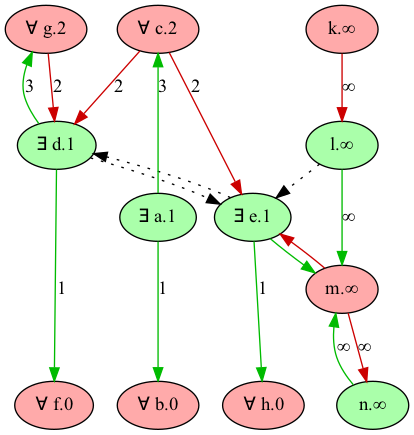
The Graphviz diagram Refactor/imgs/display_game_pw_1.png in idaks/Games-and-Argumentation, before a commit. Its source is kept beside it as Refactor/imgs/display_game_pw_1.dot.
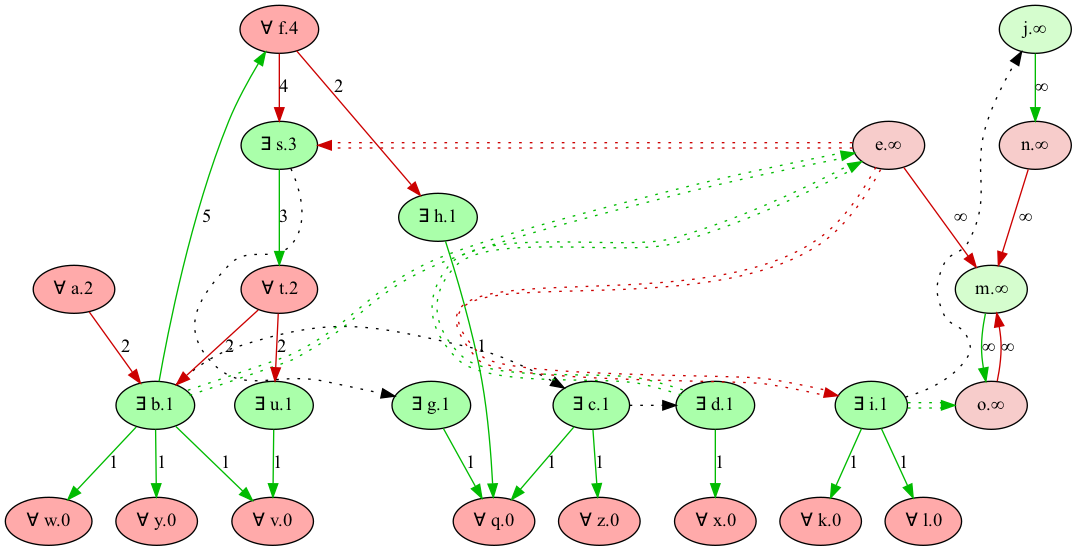
After the commit.

What changed in the source:
```diff
@@ -1,33 +1,60 @@
 digraph {
-    "b" [style="filled", fillcolor="#FFAAAA", label="∀ b.0"]
-    "f" [style="filled", fillcolor="#FFAAAA", label="∀ f.0"]
-    "h" [style="filled", fillcolor="#FFAAAA", label="∀ h.0"]
-    "e" [style="filled", fillcolor="#AAFFAA", label="∃ e.1"]
+    "v" [style="filled", fillcolor="#FFAAAA", label="∀ v.0"]
+    "z" [style="filled", fillcolor="#FFAAAA", label="∀ z.0"]
+    "y" [style="filled", fillcolor="#FFAAAA", label="∀ y.0"]
+    "x" [style="filled", fillcolor="#FFAAAA", label="∀ x.0"]
+    "w" [style="filled", fillcolor="#FFAAAA", label="∀ w.0"]
+    "q" [style="filled", fillcolor="#FFAAAA", label="∀ q.0"]
+    "l" [style="filled", fillcolor="#FFAAAA", label="∀ l.0"]
+    "k" [style="filled", fillcolor="#FFAAAA", label="∀ k.0"]
+    "u" [style="filled", fillcolor="#AAFFAA", label="∃ u.1"]
+    "b" [style="filled", fillcolor="#AAFFAA", label="∃ b.1"]
+    "c" [style="filled", fillcolor="#AAFFAA", label="∃ c.1"]
     "d" [style="filled", fillcolor="#AAFFAA", label="∃ d.1"]
-    "a" [style="filled", fillcolor="#AAFFAA", label="∃ a.1"]
-    "c" [style="filled", fillcolor="#FFAAAA", label="∀ c.2"]
-    "g" [style="filled", fillcolor="#FFAAAA", label="∀ g.2"]
-    "k" [style="filled", fillcolor="#FFAAAA", label="k.∞"]
-    "l" [style="filled", fillcolor="#AAFFAA", label="l.∞"]
-    "m" [style="filled", fillcolor="#FFAAAA", label="m.∞"]
-    "n" [style="filled", fillcolor="#AAFFAA", label="n.∞"]
-    "a" -> "b" [color="#00BB00" style="solid" dir="forward" label="1" ]
-    "a" -> "c" [color="#00BB00" style="solid" dir="forward" label="3" ]
-    "k" -> "l" [color="#CC0000" style="solid" dir="forward" label="∞" ]
-    "c" -> "d" [color="#CC0000" style="solid" dir="forward" label="2" ]
-    "c" -> "e" [color="#CC0000" style="solid" dir="forward" label="2" ]
-    "l" -> "e" [color="black" style="dotted" dir="forward" label="" constraint=false]
-    "l" -> "m" [color="#00BB00" style="solid" dir="forward" label="∞" ]
-    "d" -> "e" [color="black" style="dotted" dir="forward" label="" constraint=false]
-    "e" -> "d" [color="black" style="dotted" dir="forward" label="" constraint=false]
-    "e" -> "m" [color="#00BB00" style="solid" dir="forward" label="" constraint=false]
-    "m" -> "e" [color="#CC0000" style="solid" dir="forward" label="" constraint=false]
-    "d" -> "f" [color="#00BB00" style="solid" dir="forward" label="1" ]
-    "d" -> "g" [color="#00BB00" style="solid" dir="forward" label="3" ]
-    "g" -> "d" [color="#CC0000" style="solid" dir="forward" label="2" ]
-    "e" -> "h" [color="#00BB00" style="solid" dir="forward" label="1" ]
-    "m" -> "n" [color="#CC0000" style="solid" dir="forward" label="∞" ]
-    "n" -> "m" [color="#00BB00" style="solid" dir="forward" label="∞" ]
-    {rank = max b f h}
-    {rank = min c g}
+    "i" [style="filled", fillcolor="#AAFFAA", label="∃ i.1"]
+    "g" [style="filled", fillcolor="#AAFFAA", label="∃ g.1"]
+    "h" [style="filled", fillcolor="#AAFFAA", label="∃ h.1"]
+    "a" [style="filled", fillcolor="#FFAAAA", label="∀ a.2"]
+    "t" [style="filled", fillcolor="#FFAAAA", label="∀ t.2"]
+    "s" [style="filled", fillcolor="#AAFFAA", label="∃ s.3"]
+    "f" [style="filled", fillcolor="#FFAAAA", label="∀ f.4"]
+    "j" [style="filled", fillcolor="#d5fdce", label="j.∞"]
+    "e" [style="filled", fillcolor="#f7cccb", label="e.∞"]
+    "o" [style="filled", fillcolor="#f7cccb", label="o.∞"]
+    "n" [style="filled", fillcolor="#f7cccb", label="n.∞"]
+    "m" [style="filled", fillcolor="#d5fdce", label="m.∞"]
+    "a" -> "b" [color="#CC0000" style="solid" dir="forward" label="2" ]
+    "t" -> "b" [color="#CC0000" style="solid" dir="forward" label="2" ]
+    "b" -> "c" [color="black" style="dotted" dir="forward" label="" constraint=false]
+    "c" -> "d" [color="black" style="dotted" dir="forward" label="" constraint=false]
+    "b" -> "e" [color="#00BB00:invis:#00BB00" style="dotted" dir="forward" label="" constraint=false]
+    "d" -> "e" [color="#00BB00:invis:#00BB00" style="dotted" dir="forward" label="" constraint=false]
+    "b" -> "f" [color="#00BB00" style="solid" dir="forward" label="5" ]
+    "s" -> "g" [color="black" style="dotted" dir="forward" label="" constraint=false]
+    "f" -> "h" [color="#CC0000" style="solid" dir="forward" label="2" ]
+    "e" -> "i" [color="#CC0000:invis:#CC0000" style="dotted" dir="forward" label="" constraint=false]
+    "i" -> "j" [color="black" style="dotted" dir="forward" label="" constraint=false]
+    "i" -> "k" [color="#00BB00" style="solid" dir="forward" label="1" ]
+    "i" -> "l" [color="#00BB00" style="solid" dir="forward" label="1" ]
+    "e" -> "m" [color="#CC0000" style="solid" dir="forward" label="∞" ]
+    "o" -> "m" [color="#CC0000" style="solid" dir="forward" label="∞" ]
+    "n" -> "m" [color="#CC0000" style="solid" dir="forward" label="∞" ]
+    "j" -> "n" [color="#00BB00" style="solid" dir="forward" label="∞" ]
+    "i" -> "o" [color="#00BB00:invis:#00BB00" style="dotted" dir="forward" label="" constraint=false]
+    "m" -> "o" [color="#00BB00" style="solid" dir="forward" label="∞" ]
+    "g" -> "q" [color="#00BB00" style="solid" dir="forward" label="1" ]
+    "h" -> "q" [color="#00BB00" style="solid" dir="forward" label="1" ]
+    "c" -> "q" [color="#00BB00" style="solid" dir="forward" label="1" ]
+    "e" -> "s" [color="#CC0000:invis:#CC0000" style="dotted" dir="forward" label="" constraint=false]
+    "f" -> "s" [color="#CC0000" style="solid" dir="forward" label="4" ]
+    "s" -> "t" [color="#00BB00" style="solid" dir="forward" label="3" ]
+    "t" -> "u" [color="#CC0000" style="solid" dir="forward" label="2" ]
+    "b" -> "v" [color="#00BB00" style="solid" dir="forward" label="1" ]
+    "u" -> "v" [color="#00BB00" style="solid" dir="forward" label="1" ]
+    "b" -> "w" [color="#00BB00" style="solid" dir="forward" label="1" ]
+    "d" -> "x" [color="#00BB00" style="solid" dir="forward" label="1" ]
+    "b" -> "y" [color="#00BB00" style="solid" dir="forward" label="1" ]
+    "c" -> "z" [color="#00BB00" style="solid" dir="forward" label="1" ]
+    {rank = max v z y x w q l k}
+    {rank = min f}
 }
```
